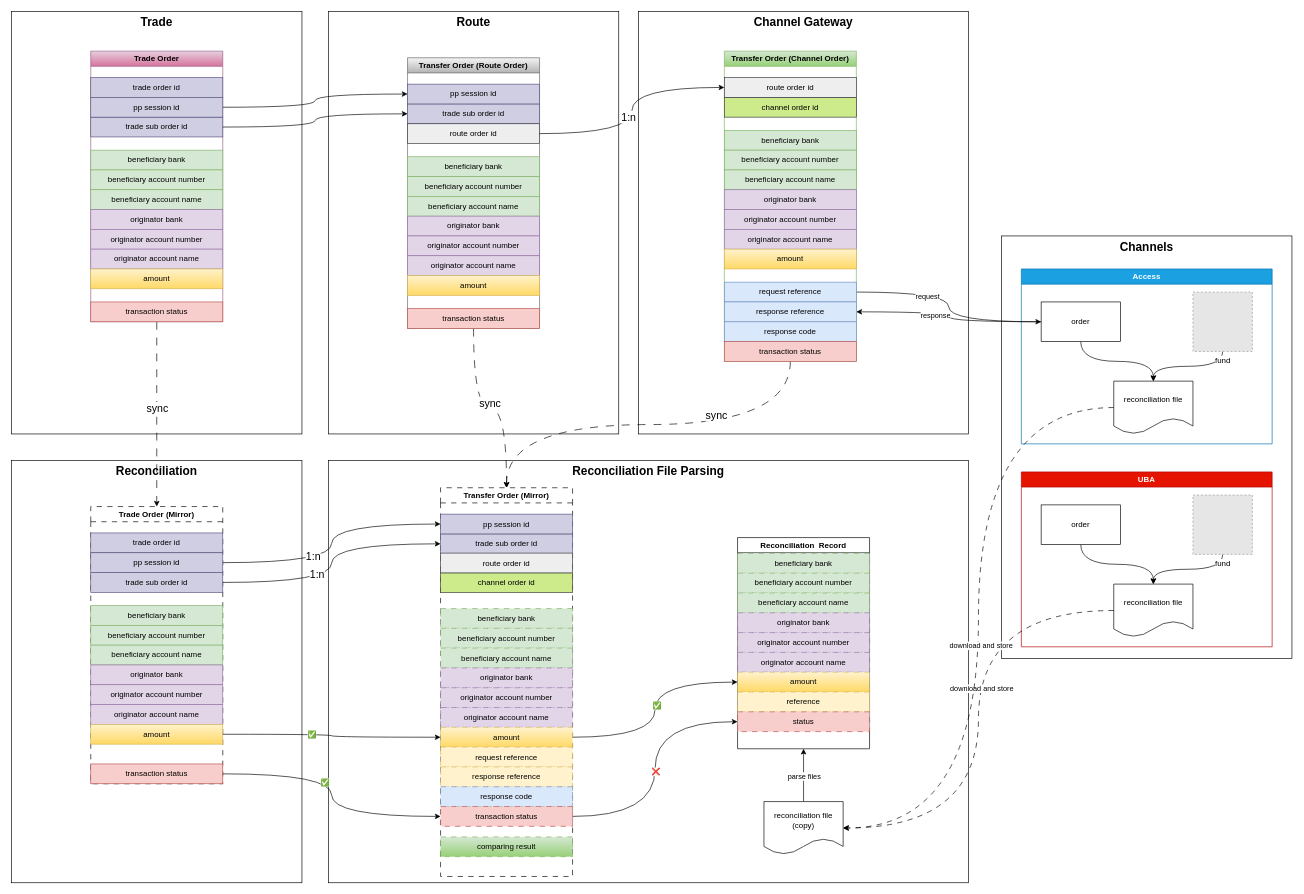
Before: reconciliation solution.drawio in catface996/images, a draw.io diagram. Source tidied: cells renumbered, new cells numbered last; positions are measured from the earlier drawing's top-left corner, leaving out a move shared by most shapes. Both pictures are drawn from the tidied source at 66%, with x=0, y=0 at pixel (11, 11). Pictures stored in the file or linked from it are replaced by grey dashed boxes.
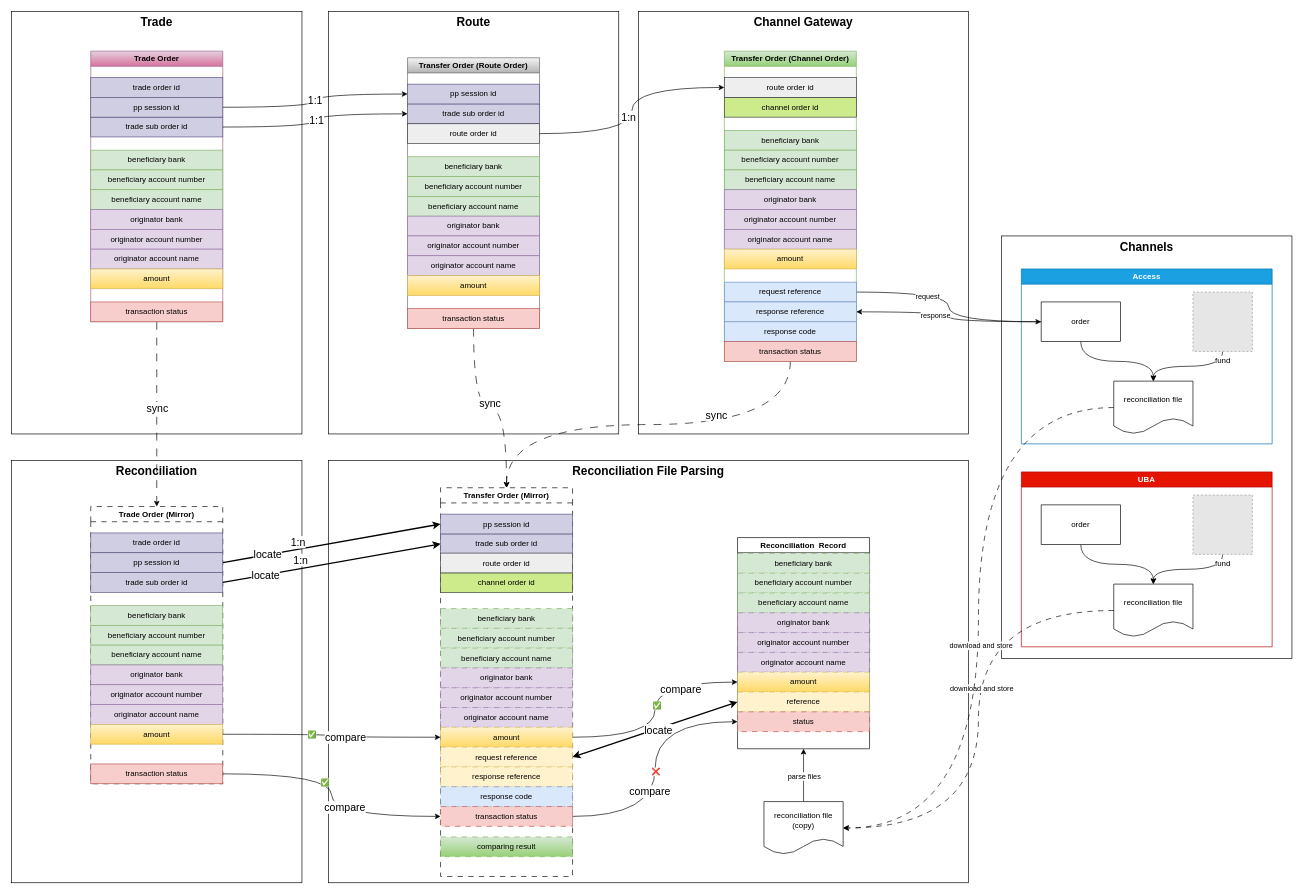
The same page after the edit.

The change refers to these unchanged cells:
```xml
<mxCell id="23" value="trade sub order id" style="rounded=0;whiteSpace=wrap;html=1;fillColor=#d0cee2;strokeColor=#56517e;" parent="22" vertex="1">
  <mxGeometry y="70" width="200" height="30" as="geometry" />
</mxCell>
<mxCell id="24" value="pp session id" style="rounded=0;whiteSpace=wrap;html=1;fillColor=#d0cee2;strokeColor=#56517e;" parent="22" vertex="1">
  <mxGeometry y="40" width="200" height="30" as="geometry" />
</mxCell>
<mxCell id="39" style="edgeStyle=orthogonalEdgeStyle;rounded=0;jettySize=auto;html=1;entryX=0;entryY=0.5;entryDx=0;entryDy=0;curved=1;" parent="1" edge="1" source="41" target="67">
  <mxGeometry relative="1" as="geometry" />
</mxCell>
<mxCell id="42" value="request reference" style="rounded=0;whiteSpace=wrap;html=1;fillColor=#fff2cc;strokeColor=#d6b656;dashed=1;dashPattern=8 8;" parent="1" vertex="1">
  <mxGeometry x="650" y="1114.5" width="200" height="30" as="geometry" />
</mxCell>
<mxCell id="58" style="edgeStyle=orthogonalEdgeStyle;rounded=0;jettySize=auto;html=1;entryX=0;entryY=0.5;entryDx=0;entryDy=0;curved=1;" parent="1" edge="1" source="60" target="69">
  <mxGeometry relative="1" as="geometry" />
</mxCell>
<mxCell id="68" value="reference" style="rounded=0;whiteSpace=wrap;html=1;fillColor=#fff2cc;strokeColor=#d6b656;dashed=1;dashPattern=8 8;" parent="1" vertex="1">
  <mxGeometry x="1100" y="1031" width="200" height="30" as="geometry" />
</mxCell>
<mxCell id="82" style="edgeStyle=orthogonalEdgeStyle;rounded=0;jettySize=auto;html=1;entryX=0;entryY=0.5;entryDx=0;entryDy=0;curved=1;" parent="1" edge="1" source="83" target="95">
  <mxGeometry relative="1" as="geometry" />
</mxCell>
<mxCell id="104" style="edgeStyle=orthogonalEdgeStyle;rounded=0;jettySize=auto;html=1;entryX=0;entryY=0.5;entryDx=0;entryDy=0;curved=1;" parent="1" edge="1" source="74" target="93">
  <mxGeometry relative="1" as="geometry" />
</mxCell>
<mxCell id="115" value="trade sub order id" style="rounded=0;whiteSpace=wrap;html=1;fillColor=#d0cee2;strokeColor=#56517e;" parent="1" vertex="1">
  <mxGeometry x="120" y="850" width="200" height="30" as="geometry" />
</mxCell>
<mxCell id="119" value="pp session id" style="rounded=0;whiteSpace=wrap;html=1;fillColor=#d0cee2;strokeColor=#56517e;" parent="1" vertex="1">
  <mxGeometry x="120" y="820" width="200" height="30" as="geometry" />
</mxCell>
<mxCell id="128" style="edgeStyle=orthogonalEdgeStyle;rounded=0;jettySize=auto;html=1;entryX=0;entryY=0.5;entryDx=0;entryDy=0;curved=1;" parent="1" edge="1" source="127" target="41">
  <mxGeometry relative="1" as="geometry" />
</mxCell>
<mxCell id="132" style="edgeStyle=orthogonalEdgeStyle;rounded=0;jettySize=auto;html=1;entryX=0;entryY=0.5;entryDx=0;entryDy=0;curved=1;" parent="1" edge="1" source="110" target="60">
  <mxGeometry relative="1" as="geometry" />
</mxCell>
```

The edit, as a diff of the source:
```diff
@@
+    <mxCell id="134" value="&lt;font style=&quot;font-size: 16px;&quot;&gt;compare&lt;/font&gt;" style="edgeLabel;html=1;align=center;verticalAlign=middle;" parent="39" vertex="1">
+      <mxGeometry x="0.48" y="-9" relative="1" as="geometry">
+        <mxPoint y="1" as="offset" />
+      </mxGeometry>
+    </mxCell>
@@
+    <mxCell id="135" style="rounded=0;jettySize=auto;html=1;entryX=0;entryY=0.5;entryDx=0;entryDy=0;exitX=1;exitY=0.5;exitDx=0;exitDy=0;startArrow=classic;startFill=1;strokeWidth=2;" parent="1" edge="1" source="42" target="68">
+      <mxGeometry relative="1" as="geometry" />
+    </mxCell>
+    <mxCell id="136" value="&lt;font style=&quot;font-size: 16px;&quot;&gt;locate&lt;/font&gt;" style="edgeLabel;html=1;align=center;verticalAlign=middle;" parent="135" vertex="1">
+      <mxGeometry x="0.03" y="-2" relative="1" as="geometry" />
+    </mxCell>
@@
+    <mxCell id="137" value="&lt;font style=&quot;font-size: 16px;&quot;&gt;compare&lt;/font&gt;" style="edgeLabel;html=1;align=center;verticalAlign=middle;" parent="58" vertex="1">
+      <mxGeometry x="-0.17" y="9" relative="1" as="geometry" />
+    </mxCell>
@@
+    <mxCell id="138" value="&lt;font style=&quot;font-size: 16px;&quot;&gt;1:1&lt;/font&gt;" style="edgeLabel;html=1;align=center;verticalAlign=middle;" parent="82" vertex="1">
+      <mxGeometry x="0.01" y="1" relative="1" as="geometry">
+        <mxPoint y="1" as="offset" />
+      </mxGeometry>
+    </mxCell>
@@
+    <mxCell id="139" value="&lt;font style=&quot;font-size: 16px;&quot;&gt;1:1&lt;/font&gt;" style="edgeLabel;html=1;align=center;verticalAlign=middle;" parent="104" vertex="1">
+      <mxGeometry x="0.01" y="-1" relative="1" as="geometry">
+        <mxPoint y="1" as="offset" />
+      </mxGeometry>
+    </mxCell>
@@
-    <mxCell id="113" style="edgeStyle=orthogonalEdgeStyle;rounded=0;jettySize=auto;html=1;entryX=0;entryY=0.5;entryDx=0;entryDy=0;curved=1;" parent="1" edge="1" source="115" target="23">
+    <mxCell id="113" style="rounded=0;jettySize=auto;html=1;entryX=0;entryY=0.5;entryDx=0;entryDy=0;strokeWidth=2;exitX=1;exitY=0.5;exitDx=0;exitDy=0;" parent="1" edge="1" source="115" target="23">
       <mxGeometry relative="1" as="geometry" />
     </mxCell>
@@
+    <mxCell id="140" value="&lt;font style=&quot;font-size: 16px;&quot;&gt;locate&lt;/font&gt;" style="edgeLabel;html=1;align=center;verticalAlign=middle;" parent="113" vertex="1">
+      <mxGeometry x="-0.61" relative="1" as="geometry">
+        <mxPoint y="1" as="offset" />
+      </mxGeometry>
+    </mxCell>
@@
-    <mxCell id="117" style="edgeStyle=orthogonalEdgeStyle;rounded=0;jettySize=auto;html=1;entryX=0;entryY=0.5;entryDx=0;entryDy=0;curved=1;" parent="1" edge="1" source="119" target="24">
+    <mxCell id="117" style="rounded=0;jettySize=auto;html=1;entryX=0;entryY=0.5;entryDx=0;entryDy=0;strokeWidth=2;exitX=1;exitY=0.5;exitDx=0;exitDy=0;" parent="1" edge="1" source="119" target="24">
       <mxGeometry relative="1" as="geometry" />
     </mxCell>
@@
+    <mxCell id="141" value="&lt;font style=&quot;font-size: 16px;&quot;&gt;locate&lt;/font&gt;" style="edgeLabel;html=1;align=center;verticalAlign=middle;" parent="117" vertex="1">
+      <mxGeometry x="-0.59" y="3" relative="1" as="geometry">
+        <mxPoint y="1" as="offset" />
+      </mxGeometry>
+    </mxCell>
@@
+    <mxCell id="142" value="&lt;font style=&quot;font-size: 16px;&quot;&gt;compare&lt;/font&gt;" style="edgeLabel;html=1;align=center;verticalAlign=middle;" parent="128" vertex="1">
+      <mxGeometry x="0.13" relative="1" as="geometry">
+        <mxPoint x="1" as="offset" />
+      </mxGeometry>
+    </mxCell>
@@
+    <mxCell id="143" value="&lt;font style=&quot;font-size: 16px;&quot;&gt;compare&lt;/font&gt;" style="edgeLabel;html=1;align=center;verticalAlign=middle;" parent="132" vertex="1">
+      <mxGeometry x="0.26" y="14" relative="1" as="geometry" />
+    </mxCell>
```
